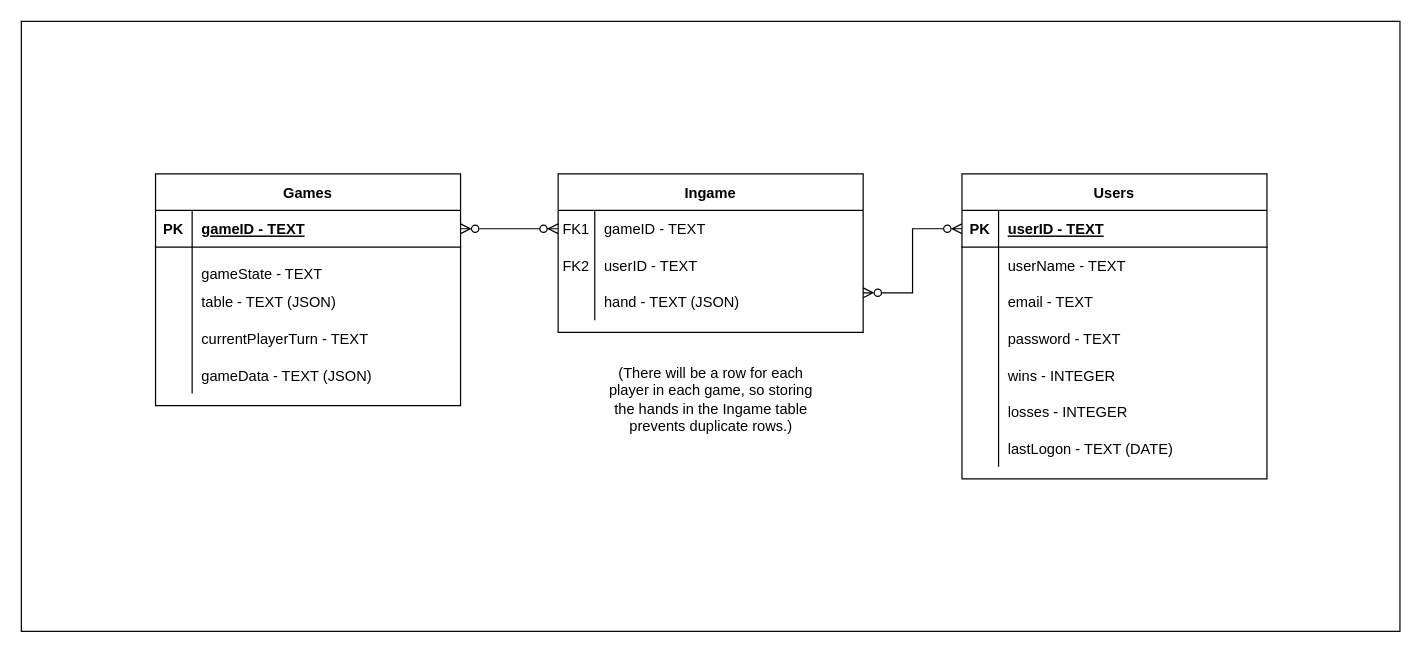
Before: ER_Diagram_Drawio.drawio in wiz-rd/Rummikub, a draw.io diagram. Source tidied: cells renumbered, new cells numbered last; positions are measured from the earlier drawing's top-left corner, leaving out a move shared by most shapes. Both pictures are drawn from the tidied source at 122%, with x=0, y=0 at pixel (21, 21).
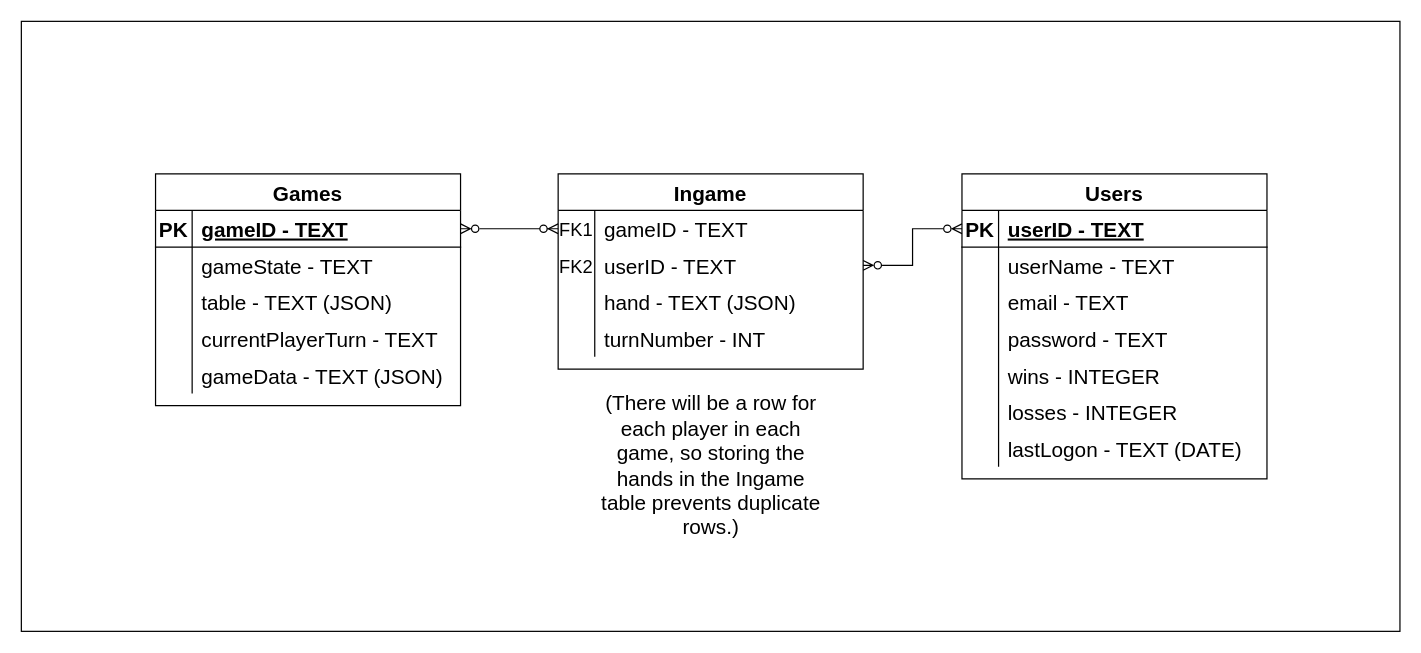
The same diagram, later.

What changed in the source:
```diff
@@
-    <mxCell id="2" style="rounded=0;whiteSpace=wrap;html=1;" parent="1" vertex="1">
+    <mxCell id="2" style="rounded=0;whiteSpace=wrap;html=1;fontSize=17;" parent="1" vertex="1">
       <mxGeometry width="1130" height="500" as="geometry" />
     </mxCell>
-    <mxCell id="3" style="edgeStyle=entityRelationEdgeStyle;endArrow=ERzeroToMany;startArrow=ERzeroToMany;endFill=1;startFill=0;" parent="1" edge="1" source="37" target="5">
+    <mxCell id="3" style="edgeStyle=entityRelationEdgeStyle;endArrow=ERzeroToMany;startArrow=ERzeroToMany;endFill=1;startFill=0;fontSize=17;" parent="1" edge="1" source="37" target="5">
       <mxGeometry relative="1" as="geometry" />
     </mxCell>
-    <mxCell id="4" value="Ingame" style="shape=table;startSize=30;childLayout=tableLayout;rowLines=0;fontStyle=1;align=center;" parent="1" vertex="1">
-      <mxGeometry x="440" y="125" width="250" height="130" as="geometry" />
+    <mxCell id="4" value="Ingame" style="shape=table;startSize=30;childLayout=tableLayout;rowLines=0;fontStyle=1;align=center;fontSize=17;" parent="1" vertex="1">
+      <mxGeometry x="440" y="125" width="250" height="160" as="geometry" />
     </mxCell>
-    <mxCell id="5" style="shape=partialRectangle;fillColor=none;points=[[0,0.5],[1,0.5]];portConstraint=eastwest;top=0;left=0;right=0;bottom=0;" parent="4" vertex="1">
+    <mxCell id="5" style="shape=partialRectangle;fillColor=none;points=[[0,0.5],[1,0.5]];portConstraint=eastwest;top=0;left=0;right=0;bottom=0;fontSize=17;" parent="4" vertex="1">
       <mxGeometry y="30" width="250" height="30" as="geometry" />
     </mxCell>
-    <mxCell id="6" value="FK1" style="shape=partialRectangle;overflow=hidden;fillColor=none;top=0;left=0;bottom=0;right=0;" parent="5" vertex="1">
+    <mxCell id="6" value="FK1" style="shape=partialRectangle;overflow=hidden;fillColor=none;top=0;left=0;bottom=0;right=0;fontSize=15;" parent="5" vertex="1">
       <mxGeometry width="30" height="30" as="geometry" />
     </mxCell>
-    <mxCell id="7" value="gameID - TEXT" style="shape=partialRectangle;overflow=hidden;fillColor=none;top=0;left=0;bottom=0;right=0;align=left;spacingLeft=6;" parent="5" vertex="1">
+    <mxCell id="7" value="gameID - TEXT" style="shape=partialRectangle;overflow=hidden;fillColor=none;top=0;left=0;bottom=0;right=0;align=left;spacingLeft=6;fontSize=17;" parent="5" vertex="1">
       <mxGeometry x="30" width="220" height="30" as="geometry" />
     </mxCell>
-    <mxCell id="8" style="shape=partialRectangle;fillColor=none;points=[[0,0.5],[1,0.5]];portConstraint=eastwest;top=0;left=0;right=0;bottom=0;" parent="4" vertex="1">
+    <mxCell id="8" style="shape=partialRectangle;fillColor=none;points=[[0,0.5],[1,0.5]];portConstraint=eastwest;top=0;left=0;right=0;bottom=0;fontSize=17;" parent="4" vertex="1">
       <mxGeometry y="60" width="250" height="30" as="geometry" />
     </mxCell>
-    <mxCell id="9" value="FK2" style="shape=partialRectangle;overflow=hidden;fillColor=none;top=0;left=0;bottom=0;right=0;" parent="8" vertex="1">
+    <mxCell id="9" value="FK2" style="shape=partialRectangle;overflow=hidden;fillColor=none;top=0;left=0;bottom=0;right=0;fontSize=15;" parent="8" vertex="1">
       <mxGeometry width="30" height="30" as="geometry" />
     </mxCell>
-    <mxCell id="10" value="userID - TEXT" style="shape=partialRectangle;overflow=hidden;fillColor=none;top=0;left=0;bottom=0;right=0;align=left;spacingLeft=6;" parent="8" vertex="1">
+    <mxCell id="10" value="userID - TEXT" style="shape=partialRectangle;overflow=hidden;fillColor=none;top=0;left=0;bottom=0;right=0;align=left;spacingLeft=6;fontSize=17;" parent="8" vertex="1">
       <mxGeometry x="30" width="220" height="30" as="geometry" />
     </mxCell>
-    <mxCell id="11" style="shape=partialRectangle;fillColor=none;top=0;left=0;right=0;bottom=0;" parent="4" vertex="1">
+    <mxCell id="11" style="shape=partialRectangle;fillColor=none;top=0;left=0;right=0;bottom=0;fontSize=17;" parent="4" vertex="1">
       <mxGeometry y="90" width="250" height="30" as="geometry" />
     </mxCell>
-    <mxCell id="12" style="shape=partialRectangle;overflow=hidden;fillColor=none;top=0;left=0;bottom=0;right=0;" parent="11" vertex="1">
+    <mxCell id="12" style="shape=partialRectangle;overflow=hidden;fillColor=none;top=0;left=0;bottom=0;right=0;fontSize=17;" parent="11" vertex="1">
       <mxGeometry width="30" height="30" as="geometry" />
     </mxCell>
-    <mxCell id="13" value="hand - TEXT (JSON)" style="shape=partialRectangle;overflow=hidden;fillColor=none;top=0;left=0;bottom=0;right=0;align=left;spacingLeft=6;" parent="11" vertex="1">
+    <mxCell id="13" value="hand - TEXT (JSON)" style="shape=partialRectangle;overflow=hidden;fillColor=none;top=0;left=0;bottom=0;right=0;align=left;spacingLeft=6;fontSize=17;" parent="11" vertex="1">
       <mxGeometry x="30" width="220" height="30" as="geometry" />
     </mxCell>
+    <mxCell id="54" style="shape=partialRectangle;fillColor=none;top=0;left=0;right=0;bottom=0;fontSize=17;" parent="4" vertex="1">
+      <mxGeometry y="120" width="250" height="30" as="geometry" />
+    </mxCell>
+    <mxCell id="55" style="shape=partialRectangle;overflow=hidden;fillColor=none;top=0;left=0;bottom=0;right=0;fontSize=17;" parent="54" vertex="1">
+      <mxGeometry width="30" height="30" as="geometry" />
+    </mxCell>
+    <mxCell id="56" value="turnNumber - INT" style="shape=partialRectangle;overflow=hidden;fillColor=none;top=0;left=0;bottom=0;right=0;align=left;spacingLeft=6;fontSize=17;" parent="54" vertex="1">
+      <mxGeometry x="30" width="220" height="30" as="geometry" />
+    </mxCell>
-    <mxCell id="14" value="Users" style="shape=table;startSize=30;childLayout=tableLayout;rowLines=0;fontStyle=1;align=center;" parent="1" vertex="1">
+    <mxCell id="14" value="Users" style="shape=table;startSize=30;childLayout=tableLayout;rowLines=0;fontStyle=1;align=center;fontSize=17;" parent="1" vertex="1">
       <mxGeometry x="771" y="125" width="250" height="250" as="geometry" />
     </mxCell>
-    <mxCell id="15" style="shape=partialRectangle;fillColor=none;points=[[0,0.5],[1,0.5]];portConstraint=eastwest;top=0;left=0;right=0;bottom=1;" parent="14" vertex="1">
+    <mxCell id="15" style="shape=partialRectangle;fillColor=none;points=[[0,0.5],[1,0.5]];portConstraint=eastwest;top=0;left=0;right=0;bottom=1;fontSize=17;" parent="14" vertex="1">
       <mxGeometry y="30" width="250" height="30" as="geometry" />
     </mxCell>
-    <mxCell id="16" value="PK" style="shape=partialRectangle;overflow=hidden;fillColor=none;top=0;left=0;bottom=0;right=0;fontStyle=1;" parent="15" vertex="1">
+    <mxCell id="16" value="PK" style="shape=partialRectangle;overflow=hidden;fillColor=none;top=0;left=0;bottom=0;right=0;fontStyle=1;fontSize=17;" parent="15" vertex="1">
       <mxGeometry width="30" height="30" as="geometry" />
     </mxCell>
-    <mxCell id="17" value="userID - TEXT" style="shape=partialRectangle;overflow=hidden;fillColor=none;top=0;left=0;bottom=0;right=0;align=left;spacingLeft=6;fontStyle=5;" parent="15" vertex="1">
+    <mxCell id="17" value="userID - TEXT" style="shape=partialRectangle;overflow=hidden;fillColor=none;top=0;left=0;bottom=0;right=0;align=left;spacingLeft=6;fontStyle=5;fontSize=17;" parent="15" vertex="1">
       <mxGeometry x="30" width="220" height="30" as="geometry" />
     </mxCell>
-    <mxCell id="18" style="shape=partialRectangle;fillColor=none;top=0;left=0;right=0;bottom=0;" parent="14" vertex="1">
+    <mxCell id="18" style="shape=partialRectangle;fillColor=none;top=0;left=0;right=0;bottom=0;fontSize=17;" parent="14" vertex="1">
       <mxGeometry y="60" width="250" height="30" as="geometry" />
     </mxCell>
-    <mxCell id="19" style="shape=partialRectangle;overflow=hidden;fillColor=none;top=0;left=0;bottom=0;right=0;" parent="18" vertex="1">
+    <mxCell id="19" style="shape=partialRectangle;overflow=hidden;fillColor=none;top=0;left=0;bottom=0;right=0;fontSize=17;" parent="18" vertex="1">
       <mxGeometry width="30" height="30" as="geometry" />
     </mxCell>
-    <mxCell id="20" value="userName - TEXT" style="shape=partialRectangle;overflow=hidden;fillColor=none;top=0;left=0;bottom=0;right=0;align=left;spacingLeft=6;" parent="18" vertex="1">
+    <mxCell id="20" value="userName - TEXT" style="shape=partialRectangle;overflow=hidden;fillColor=none;top=0;left=0;bottom=0;right=0;align=left;spacingLeft=6;fontSize=17;" parent="18" vertex="1">
       <mxGeometry x="30" width="220" height="30" as="geometry" />
     </mxCell>
-    <mxCell id="21" style="shape=partialRectangle;fillColor=none;top=0;left=0;right=0;bottom=0;" parent="14" vertex="1">
+    <mxCell id="21" style="shape=partialRectangle;fillColor=none;top=0;left=0;right=0;bottom=0;fontSize=17;" parent="14" vertex="1">
       <mxGeometry y="90" width="250" height="30" as="geometry" />
     </mxCell>
-    <mxCell id="22" style="shape=partialRectangle;overflow=hidden;fillColor=none;top=0;left=0;bottom=0;right=0;" parent="21" vertex="1">
+    <mxCell id="22" style="shape=partialRectangle;overflow=hidden;fillColor=none;top=0;left=0;bottom=0;right=0;fontSize=17;" parent="21" vertex="1">
       <mxGeometry width="30" height="30" as="geometry" />
     </mxCell>
-    <mxCell id="23" value="email - TEXT" style="shape=partialRectangle;overflow=hidden;fillColor=none;top=0;left=0;bottom=0;right=0;align=left;spacingLeft=6;" parent="21" vertex="1">
+    <mxCell id="23" value="email - TEXT" style="shape=partialRectangle;overflow=hidden;fillColor=none;top=0;left=0;bottom=0;right=0;align=left;spacingLeft=6;fontSize=17;" parent="21" vertex="1">
       <mxGeometry x="30" width="220" height="30" as="geometry" />
     </mxCell>
-    <mxCell id="24" style="shape=partialRectangle;fillColor=none;top=0;left=0;right=0;bottom=0;" parent="14" vertex="1">
+    <mxCell id="24" style="shape=partialRectangle;fillColor=none;top=0;left=0;right=0;bottom=0;fontSize=17;" parent="14" vertex="1">
       <mxGeometry y="120" width="250" height="30" as="geometry" />
     </mxCell>
-    <mxCell id="25" style="shape=partialRectangle;overflow=hidden;fillColor=none;top=0;left=0;bottom=0;right=0;" parent="24" vertex="1">
+    <mxCell id="25" style="shape=partialRectangle;overflow=hidden;fillColor=none;top=0;left=0;bottom=0;right=0;fontSize=17;" parent="24" vertex="1">
       <mxGeometry width="30" height="30" as="geometry" />
     </mxCell>
-    <mxCell id="26" value="password - TEXT" style="shape=partialRectangle;overflow=hidden;fillColor=none;top=0;left=0;bottom=0;right=0;align=left;spacingLeft=6;" parent="24" vertex="1">
+    <mxCell id="26" value="password - TEXT" style="shape=partialRectangle;overflow=hidden;fillColor=none;top=0;left=0;bottom=0;right=0;align=left;spacingLeft=6;fontSize=17;" parent="24" vertex="1">
       <mxGeometry x="30" width="220" height="30" as="geometry" />
     </mxCell>
-    <mxCell id="27" style="shape=partialRectangle;fillColor=none;top=0;left=0;right=0;bottom=0;" parent="14" vertex="1">
+    <mxCell id="27" style="shape=partialRectangle;fillColor=none;top=0;left=0;right=0;bottom=0;fontSize=17;" parent="14" vertex="1">
       <mxGeometry y="150" width="250" height="30" as="geometry" />
     </mxCell>
-    <mxCell id="28" style="shape=partialRectangle;overflow=hidden;fillColor=none;top=0;left=0;bottom=0;right=0;" parent="27" vertex="1">
+    <mxCell id="28" style="shape=partialRectangle;overflow=hidden;fillColor=none;top=0;left=0;bottom=0;right=0;fontSize=17;" parent="27" vertex="1">
       <mxGeometry width="30" height="30" as="geometry" />
     </mxCell>
-    <mxCell id="29" value="wins - INTEGER" style="shape=partialRectangle;overflow=hidden;fillColor=none;top=0;left=0;bottom=0;right=0;align=left;spacingLeft=6;" parent="27" vertex="1">
+    <mxCell id="29" value="wins - INTEGER" style="shape=partialRectangle;overflow=hidden;fillColor=none;top=0;left=0;bottom=0;right=0;align=left;spacingLeft=6;fontSize=17;" parent="27" vertex="1">
       <mxGeometry x="30" width="220" height="30" as="geometry" />
     </mxCell>
-    <mxCell id="30" style="shape=partialRectangle;fillColor=none;top=0;left=0;right=0;bottom=0;" parent="14" vertex="1">
+    <mxCell id="30" style="shape=partialRectangle;fillColor=none;top=0;left=0;right=0;bottom=0;fontSize=17;" parent="14" vertex="1">
       <mxGeometry y="180" width="250" height="30" as="geometry" />
     </mxCell>
-    <mxCell id="31" style="shape=partialRectangle;overflow=hidden;fillColor=none;top=0;left=0;bottom=0;right=0;" parent="30" vertex="1">
+    <mxCell id="31" style="shape=partialRectangle;overflow=hidden;fillColor=none;top=0;left=0;bottom=0;right=0;fontSize=17;" parent="30" vertex="1">
       <mxGeometry width="30" height="30" as="geometry" />
     </mxCell>
-    <mxCell id="32" value="losses - INTEGER" style="shape=partialRectangle;overflow=hidden;fillColor=none;top=0;left=0;bottom=0;right=0;align=left;spacingLeft=6;" parent="30" vertex="1">
+    <mxCell id="32" value="losses - INTEGER" style="shape=partialRectangle;overflow=hidden;fillColor=none;top=0;left=0;bottom=0;right=0;align=left;spacingLeft=6;fontSize=17;" parent="30" vertex="1">
       <mxGeometry x="30" width="220" height="30" as="geometry" />
     </mxCell>
-    <mxCell id="33" style="shape=partialRectangle;fillColor=none;top=0;left=0;right=0;bottom=0;" parent="14" vertex="1">
+    <mxCell id="33" style="shape=partialRectangle;fillColor=none;top=0;left=0;right=0;bottom=0;fontSize=17;" parent="14" vertex="1">
       <mxGeometry y="210" width="250" height="30" as="geometry" />
     </mxCell>
-    <mxCell id="34" style="shape=partialRectangle;overflow=hidden;fillColor=none;top=0;left=0;bottom=0;right=0;" parent="33" vertex="1">
+    <mxCell id="34" style="shape=partialRectangle;overflow=hidden;fillColor=none;top=0;left=0;bottom=0;right=0;fontSize=17;" parent="33" vertex="1">
       <mxGeometry width="30" height="30" as="geometry" />
     </mxCell>
-    <mxCell id="35" value="lastLogon - TEXT (DATE)" style="shape=partialRectangle;overflow=hidden;fillColor=none;top=0;left=0;bottom=0;right=0;align=left;spacingLeft=6;" parent="33" vertex="1">
+    <mxCell id="35" value="lastLogon - TEXT (DATE)" style="shape=partialRectangle;overflow=hidden;fillColor=none;top=0;left=0;bottom=0;right=0;align=left;spacingLeft=6;fontSize=17;" parent="33" vertex="1">
       <mxGeometry x="30" width="220" height="30" as="geometry" />
     </mxCell>
-    <mxCell id="36" value="Games" style="shape=table;startSize=30;childLayout=tableLayout;rowLines=0;fontStyle=1;align=center;" parent="1" vertex="1">
+    <mxCell id="36" value="Games" style="shape=table;startSize=30;childLayout=tableLayout;rowLines=0;fontStyle=1;align=center;fontSize=17;" parent="1" vertex="1">
       <mxGeometry x="110" y="125" width="250" height="190" as="geometry" />
     </mxCell>
-    <mxCell id="37" style="shape=partialRectangle;fillColor=none;points=[[0,0.5],[1,0.5]];portConstraint=eastwest;top=0;left=0;right=0;bottom=1;" parent="36" vertex="1">
+    <mxCell id="37" style="shape=partialRectangle;fillColor=none;points=[[0,0.5],[1,0.5]];portConstraint=eastwest;top=0;left=0;right=0;bottom=1;fontSize=17;" parent="36" vertex="1">
       <mxGeometry y="30" width="250" height="30" as="geometry" />
     </mxCell>
-    <mxCell id="38" value="PK" style="shape=partialRectangle;overflow=hidden;fillColor=none;top=0;left=0;bottom=0;right=0;fontStyle=1;" parent="37" vertex="1">
+    <mxCell id="38" value="PK" style="shape=partialRectangle;overflow=hidden;fillColor=none;top=0;left=0;bottom=0;right=0;fontStyle=1;fontSize=17;" parent="37" vertex="1">
       <mxGeometry width="30" height="30" as="geometry" />
     </mxCell>
-    <mxCell id="39" value="gameID - TEXT" style="shape=partialRectangle;overflow=hidden;fillColor=none;top=0;left=0;bottom=0;right=0;align=left;spacingLeft=6;fontStyle=5;" parent="37" vertex="1">
+    <mxCell id="39" value="gameID - TEXT" style="shape=partialRectangle;overflow=hidden;fillColor=none;top=0;left=0;bottom=0;right=0;align=left;spacingLeft=6;fontStyle=5;fontSize=17;" parent="37" vertex="1">
       <mxGeometry x="30" width="220" height="30" as="geometry" />
     </mxCell>
-    <mxCell id="40" style="shape=partialRectangle;fillColor=none;top=0;left=0;right=0;bottom=0;" parent="36" vertex="1">
+    <mxCell id="40" style="shape=partialRectangle;fillColor=none;top=0;left=0;right=0;bottom=0;fontSize=17;" parent="36" vertex="1">
       <mxGeometry y="60" width="250" height="30" as="geometry" />
     </mxCell>
-    <mxCell id="41" style="shape=partialRectangle;overflow=hidden;fillColor=none;top=0;left=0;bottom=0;right=0;" parent="40" vertex="1">
+    <mxCell id="41" style="shape=partialRectangle;overflow=hidden;fillColor=none;top=0;left=0;bottom=0;right=0;fontSize=17;" parent="40" vertex="1">
       <mxGeometry width="30" height="30" as="geometry" />
     </mxCell>
-    <mxCell id="42" value="&#10;gameState - TEXT" style="shape=partialRectangle;overflow=hidden;fillColor=none;top=0;left=0;bottom=0;right=0;align=left;spacingLeft=6;" parent="40" vertex="1">
+    <mxCell id="42" value="gameState - TEXT" style="shape=partialRectangle;overflow=hidden;fillColor=none;top=0;left=0;bottom=0;right=0;align=left;spacingLeft=6;fontSize=17;" parent="40" vertex="1">
       <mxGeometry x="30" width="220" height="30" as="geometry" />
     </mxCell>
-    <mxCell id="43" style="shape=partialRectangle;fillColor=none;top=0;left=0;right=0;bottom=0;" parent="36" vertex="1">
+    <mxCell id="43" style="shape=partialRectangle;fillColor=none;top=0;left=0;right=0;bottom=0;fontSize=17;" parent="36" vertex="1">
       <mxGeometry y="90" width="250" height="30" as="geometry" />
     </mxCell>
-    <mxCell id="44" style="shape=partialRectangle;overflow=hidden;fillColor=none;top=0;left=0;bottom=0;right=0;" parent="43" vertex="1">
+    <mxCell id="44" style="shape=partialRectangle;overflow=hidden;fillColor=none;top=0;left=0;bottom=0;right=0;fontSize=17;" parent="43" vertex="1">
       <mxGeometry width="30" height="30" as="geometry" />
     </mxCell>
-    <mxCell id="45" value="table - TEXT (JSON)" style="shape=partialRectangle;overflow=hidden;fillColor=none;top=0;left=0;bottom=0;right=0;align=left;spacingLeft=6;" parent="43" vertex="1">
+    <mxCell id="45" value="table - TEXT (JSON)" style="shape=partialRectangle;overflow=hidden;fillColor=none;top=0;left=0;bottom=0;right=0;align=left;spacingLeft=6;fontSize=17;" parent="43" vertex="1">
       <mxGeometry x="30" width="220" height="30" as="geometry" />
     </mxCell>
-    <mxCell id="46" style="shape=partialRectangle;fillColor=none;top=0;left=0;right=0;bottom=0;" parent="36" vertex="1">
+    <mxCell id="46" style="shape=partialRectangle;fillColor=none;top=0;left=0;right=0;bottom=0;fontSize=17;" parent="36" vertex="1">
       <mxGeometry y="120" width="250" height="30" as="geometry" />
     </mxCell>
-    <mxCell id="47" style="shape=partialRectangle;overflow=hidden;fillColor=none;top=0;left=0;bottom=0;right=0;" parent="46" vertex="1">
+    <mxCell id="47" style="shape=partialRectangle;overflow=hidden;fillColor=none;top=0;left=0;bottom=0;right=0;fontSize=17;" parent="46" vertex="1">
       <mxGeometry width="30" height="30" as="geometry" />
     </mxCell>
-    <mxCell id="48" value="currentPlayerTurn - TEXT" style="shape=partialRectangle;overflow=hidden;fillColor=none;top=0;left=0;bottom=0;right=0;align=left;spacingLeft=6;" parent="46" vertex="1">
+    <mxCell id="48" value="currentPlayerTurn - TEXT" style="shape=partialRectangle;overflow=hidden;fillColor=none;top=0;left=0;bottom=0;right=0;align=left;spacingLeft=6;fontSize=17;" parent="46" vertex="1">
       <mxGeometry x="30" width="220" height="30" as="geometry" />
     </mxCell>
-    <mxCell id="49" style="shape=partialRectangle;fillColor=none;top=0;left=0;right=0;bottom=0;" parent="36" vertex="1">
+    <mxCell id="49" style="shape=partialRectangle;fillColor=none;top=0;left=0;right=0;bottom=0;fontSize=17;" parent="36" vertex="1">
       <mxGeometry y="150" width="250" height="30" as="geometry" />
     </mxCell>
-    <mxCell id="50" style="shape=partialRectangle;overflow=hidden;fillColor=none;top=0;left=0;bottom=0;right=0;" parent="49" vertex="1">
+    <mxCell id="50" style="shape=partialRectangle;overflow=hidden;fillColor=none;top=0;left=0;bottom=0;right=0;fontSize=17;" parent="49" vertex="1">
       <mxGeometry width="30" height="30" as="geometry" />
     </mxCell>
-    <mxCell id="51" value="gameData - TEXT (JSON)" style="shape=partialRectangle;overflow=hidden;fillColor=none;top=0;left=0;bottom=0;right=0;align=left;spacingLeft=6;" parent="49" vertex="1">
+    <mxCell id="51" value="gameData - TEXT (JSON)" style="shape=partialRectangle;overflow=hidden;fillColor=none;top=0;left=0;bottom=0;right=0;align=left;spacingLeft=6;fontSize=17;" parent="49" vertex="1">
       <mxGeometry x="30" width="220" height="30" as="geometry" />
     </mxCell>
-    <mxCell id="52" style="edgeStyle=orthogonalEdgeStyle;rounded=0;jettySize=auto;html=1;exitX=0;exitY=0.5;exitDx=0;exitDy=0;entryX=1;entryY=0.75;entryDx=0;entryDy=0;startArrow=ERzeroToMany;startFill=0;endArrow=ERzeroToMany;endFill=0;" parent="1" edge="1" source="15" target="4">
+    <mxCell id="52" style="edgeStyle=orthogonalEdgeStyle;rounded=0;jettySize=auto;html=1;exitX=0;exitY=0.5;exitDx=0;exitDy=0;startArrow=ERzeroToMany;startFill=0;endArrow=ERzeroToMany;endFill=0;fontSize=17;" parent="1" edge="1" source="15" target="8">
       <mxGeometry relative="1" as="geometry" />
     </mxCell>
-    <mxCell id="53" value="(There will be a row for each player in each game, so storing the hands in the Ingame table prevents duplicate rows.)" style="text;html=1;align=center;verticalAlign=middle;whiteSpace=wrap;rounded=0;" parent="1" vertex="1">
-      <mxGeometry x="472.5" y="265" width="185" height="90" as="geometry" />
+    <mxCell id="53" value="(There will be a row for each player in each game, so storing the hands in the Ingame table prevents duplicate rows.)" style="text;html=1;align=center;verticalAlign=middle;whiteSpace=wrap;rounded=0;fontSize=17;" parent="1" vertex="1">
+      <mxGeometry x="472.5" y="315" width="185" height="100" as="geometry" />
     </mxCell>
```
